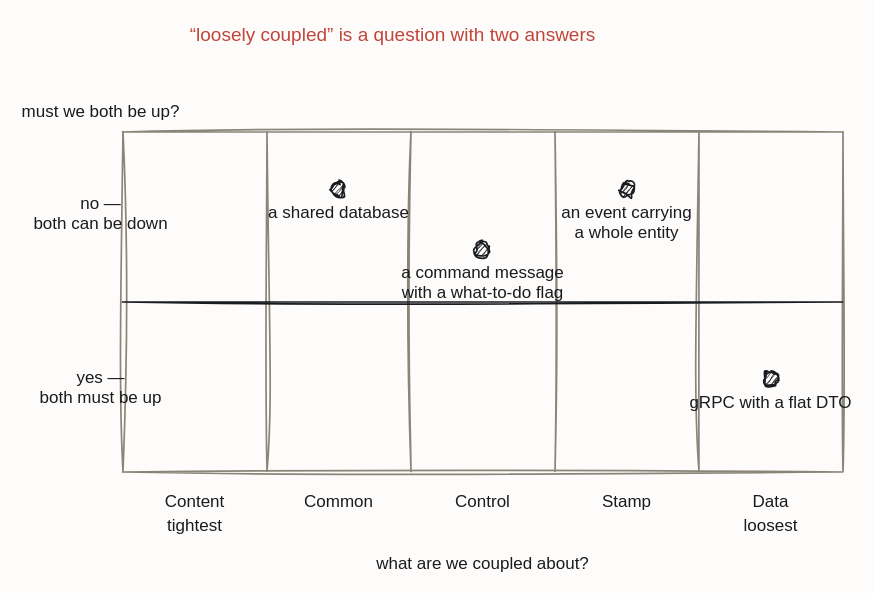
Earlier version of the draw.io diagram resources/grid-coupling.drawio (iancooper/practical-messaging). Source tidied: cells renumbered, new cells numbered last; positions are measured from the earlier drawing's top-left corner, leaving out a move shared by most shapes. Both pictures are drawn from the tidied source at 100%, with x=0, y=0 at pixel (40, 17).
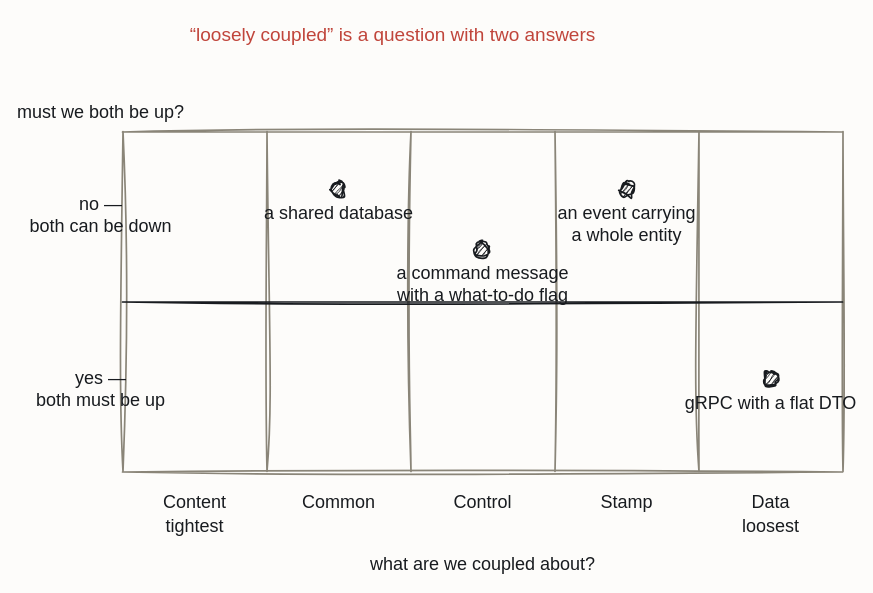
After the change.

Diff of the diagram source:
```diff
@@
-    <mxCell id="11" value="must we both be up?" style="text;html=1;align=center;fontFamily=Caveat;fontSize=17;fontColor=#181B1F;" parent="1" vertex="1">
+    <mxCell id="11" value="must we both be up?" style="text;html=1;align=center;fontFamily=Caveat;fontSize=18;fontColor=#181B1F;" parent="1" vertex="1">
       <mxGeometry y="78" width="120" height="20" as="geometry" />
     </mxCell>
-    <mxCell id="12" value="no —&#10;both can be down" style="text;html=1;align=center;fontFamily=Caveat;fontSize=17;fontColor=#181B1F;" parent="1" vertex="1">
+    <mxCell id="12" value="no —&#10;both can be down" style="text;html=1;align=center;fontFamily=Caveat;fontSize=18;fontColor=#181B1F;" parent="1" vertex="1">
       <mxGeometry y="170" width="120" height="20" as="geometry" />
     </mxCell>
-    <mxCell id="13" value="yes —&#10;both must be up" style="text;html=1;align=center;fontFamily=Caveat;fontSize=17;fontColor=#181B1F;" parent="1" vertex="1">
+    <mxCell id="13" value="yes —&#10;both must be up" style="text;html=1;align=center;fontFamily=Caveat;fontSize=18;fontColor=#181B1F;" parent="1" vertex="1">
       <mxGeometry y="344" width="120" height="20" as="geometry" />
     </mxCell>
-    <mxCell id="14" value="Content" style="text;html=1;align=center;fontFamily=Caveat;fontSize=17;fontColor=#181B1F;" parent="1" vertex="1">
+    <mxCell id="14" value="Content" style="text;html=1;align=center;fontFamily=Caveat;fontSize=18;fontColor=#181B1F;" parent="1" vertex="1">
       <mxGeometry x="94" y="468" width="120" height="20" as="geometry" />
     </mxCell>
-    <mxCell id="15" value="Common" style="text;html=1;align=center;fontFamily=Caveat;fontSize=17;fontColor=#181B1F;" parent="1" vertex="1">
+    <mxCell id="15" value="Common" style="text;html=1;align=center;fontFamily=Caveat;fontSize=18;fontColor=#181B1F;" parent="1" vertex="1">
       <mxGeometry x="238" y="468" width="120" height="20" as="geometry" />
     </mxCell>
-    <mxCell id="16" value="Control" style="text;html=1;align=center;fontFamily=Caveat;fontSize=17;fontColor=#181B1F;" parent="1" vertex="1">
+    <mxCell id="16" value="Control" style="text;html=1;align=center;fontFamily=Caveat;fontSize=18;fontColor=#181B1F;" parent="1" vertex="1">
       <mxGeometry x="382" y="468" width="120" height="20" as="geometry" />
     </mxCell>
-    <mxCell id="17" value="Stamp" style="text;html=1;align=center;fontFamily=Caveat;fontSize=17;fontColor=#181B1F;" parent="1" vertex="1">
+    <mxCell id="17" value="Stamp" style="text;html=1;align=center;fontFamily=Caveat;fontSize=18;fontColor=#181B1F;" parent="1" vertex="1">
       <mxGeometry x="526" y="468" width="120" height="20" as="geometry" />
     </mxCell>
-    <mxCell id="18" value="Data" style="text;html=1;align=center;fontFamily=Caveat;fontSize=17;fontColor=#181B1F;" parent="1" vertex="1">
+    <mxCell id="18" value="Data" style="text;html=1;align=center;fontFamily=Caveat;fontSize=18;fontColor=#181B1F;" parent="1" vertex="1">
       <mxGeometry x="670" y="468" width="120" height="20" as="geometry" />
     </mxCell>
-    <mxCell id="19" value="tightest" style="text;html=1;align=center;fontFamily=Caveat;fontSize=17;fontColor=#181B1F;" parent="1" vertex="1">
+    <mxCell id="19" value="tightest" style="text;html=1;align=center;fontFamily=Caveat;fontSize=18;fontColor=#181B1F;" parent="1" vertex="1">
       <mxGeometry x="94" y="492" width="120" height="20" as="geometry" />
     </mxCell>
-    <mxCell id="20" value="loosest" style="text;html=1;align=center;fontFamily=Caveat;fontSize=17;fontColor=#181B1F;" parent="1" vertex="1">
+    <mxCell id="20" value="loosest" style="text;html=1;align=center;fontFamily=Caveat;fontSize=18;fontColor=#181B1F;" parent="1" vertex="1">
       <mxGeometry x="670" y="492" width="120" height="20" as="geometry" />
     </mxCell>
-    <mxCell id="21" value="what are we coupled about?" style="text;html=1;align=center;fontFamily=Caveat;fontSize=17;fontColor=#181B1F;" parent="1" vertex="1">
+    <mxCell id="21" value="what are we coupled about?" style="text;html=1;align=center;fontFamily=Caveat;fontSize=18;fontColor=#181B1F;" parent="1" vertex="1">
       <mxGeometry x="382" y="530" width="120" height="20" as="geometry" />
     </mxCell>
@@
-    <mxCell id="23" value="a shared database" style="sketch=1;hachureGap=4;jiggle=2;curveFitting=1;fontFamily=Caveat;html=1;ellipse;verticalLabelPosition=bottom;verticalAlign=top;strokeColor=#181B1F;strokeWidth=1.7;fillColor=#181B1F;fontColor=#181B1F;fontSize=17;" parent="1" vertex="1">
+    <mxCell id="23" value="a shared database" style="sketch=1;hachureGap=4;jiggle=2;curveFitting=1;fontFamily=Caveat;html=1;ellipse;verticalLabelPosition=bottom;verticalAlign=top;strokeColor=#181B1F;strokeWidth=1.7;fillColor=#181B1F;fontColor=#181B1F;fontSize=18;" parent="1" vertex="1">
       <mxGeometry x="291" y="165" width="14" height="14" as="geometry" />
     </mxCell>
-    <mxCell id="24" value="an event carrying&#10;a whole entity" style="sketch=1;hachureGap=4;jiggle=2;curveFitting=1;fontFamily=Caveat;html=1;ellipse;verticalLabelPosition=bottom;verticalAlign=top;strokeColor=#181B1F;strokeWidth=1.7;fillColor=#181B1F;fontColor=#181B1F;fontSize=17;" parent="1" vertex="1">
+    <mxCell id="24" value="an event carrying&#10;a whole entity" style="sketch=1;hachureGap=4;jiggle=2;curveFitting=1;fontFamily=Caveat;html=1;ellipse;verticalLabelPosition=bottom;verticalAlign=top;strokeColor=#181B1F;strokeWidth=1.7;fillColor=#181B1F;fontColor=#181B1F;fontSize=18;" parent="1" vertex="1">
       <mxGeometry x="579" y="165" width="14" height="14" as="geometry" />
     </mxCell>
-    <mxCell id="25" value="a command message&#10;with a what-to-do flag" style="sketch=1;hachureGap=4;jiggle=2;curveFitting=1;fontFamily=Caveat;html=1;ellipse;verticalLabelPosition=bottom;verticalAlign=top;strokeColor=#181B1F;strokeWidth=1.7;fillColor=#181B1F;fontColor=#181B1F;fontSize=17;" parent="1" vertex="1">
+    <mxCell id="25" value="a command message&#10;with a what-to-do flag" style="sketch=1;hachureGap=4;jiggle=2;curveFitting=1;fontFamily=Caveat;html=1;ellipse;verticalLabelPosition=bottom;verticalAlign=top;strokeColor=#181B1F;strokeWidth=1.7;fillColor=#181B1F;fontColor=#181B1F;fontSize=18;" parent="1" vertex="1">
       <mxGeometry x="435" y="225" width="14" height="14" as="geometry" />
     </mxCell>
-    <mxCell id="26" value="gRPC with a flat DTO" style="sketch=1;hachureGap=4;jiggle=2;curveFitting=1;fontFamily=Caveat;html=1;ellipse;verticalLabelPosition=bottom;verticalAlign=top;strokeColor=#181B1F;strokeWidth=1.7;fillColor=#181B1F;fontColor=#181B1F;fontSize=17;" parent="1" vertex="1">
+    <mxCell id="26" value="gRPC with a flat DTO" style="sketch=1;hachureGap=4;jiggle=2;curveFitting=1;fontFamily=Caveat;html=1;ellipse;verticalLabelPosition=bottom;verticalAlign=top;strokeColor=#181B1F;strokeWidth=1.7;fillColor=#181B1F;fontColor=#181B1F;fontSize=18;" parent="1" vertex="1">
       <mxGeometry x="723" y="355" width="14" height="14" as="geometry" />
     </mxCell>
```
